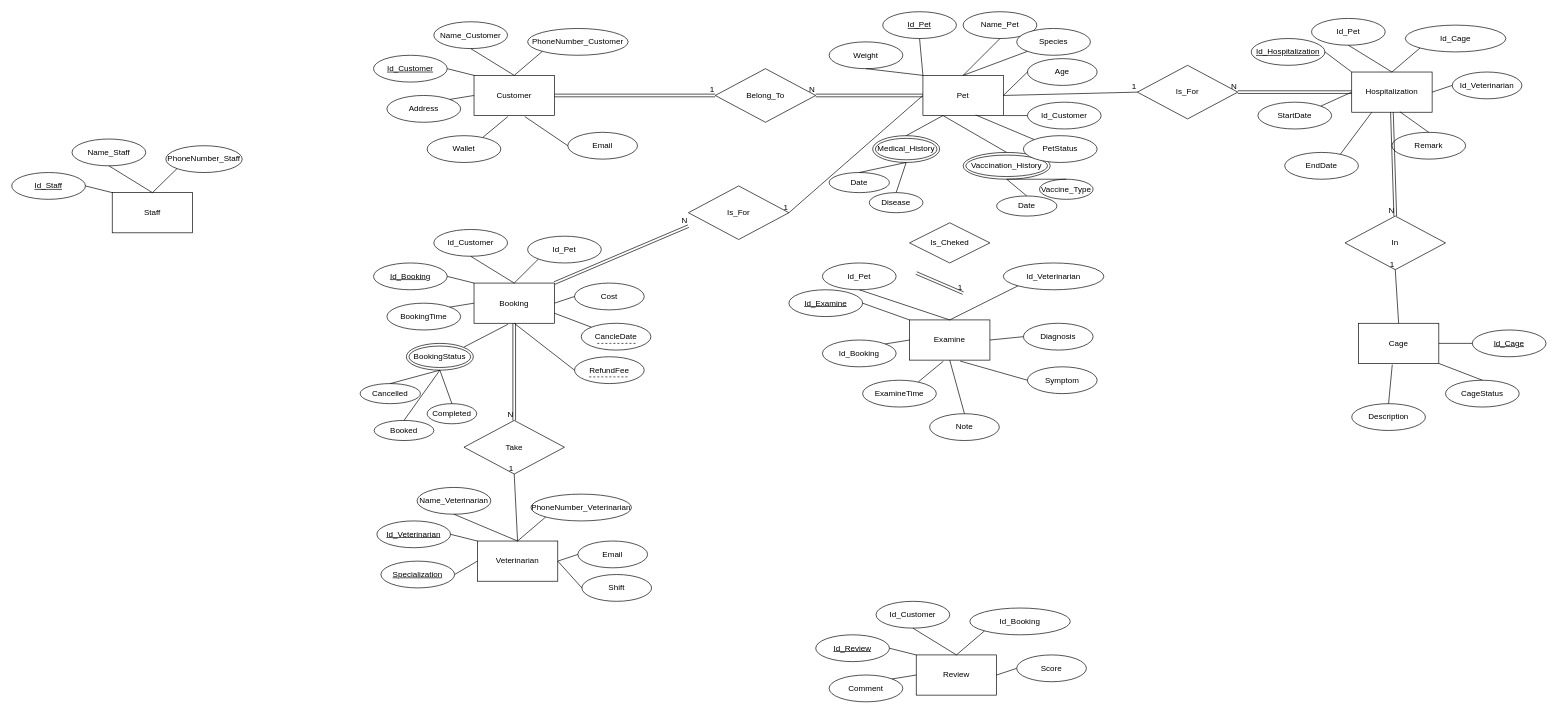
Before: ERDOfProject.drawio in haq1904/PetHealthCareSystemProject, a draw.io diagram. Source tidied: cells renumbered, new cells numbered last; positions are measured from the earlier drawing's top-left corner, leaving out a move shared by most shapes. Both pictures are drawn from the tidied source at 67%, with x=0, y=0 at pixel (11, 11).
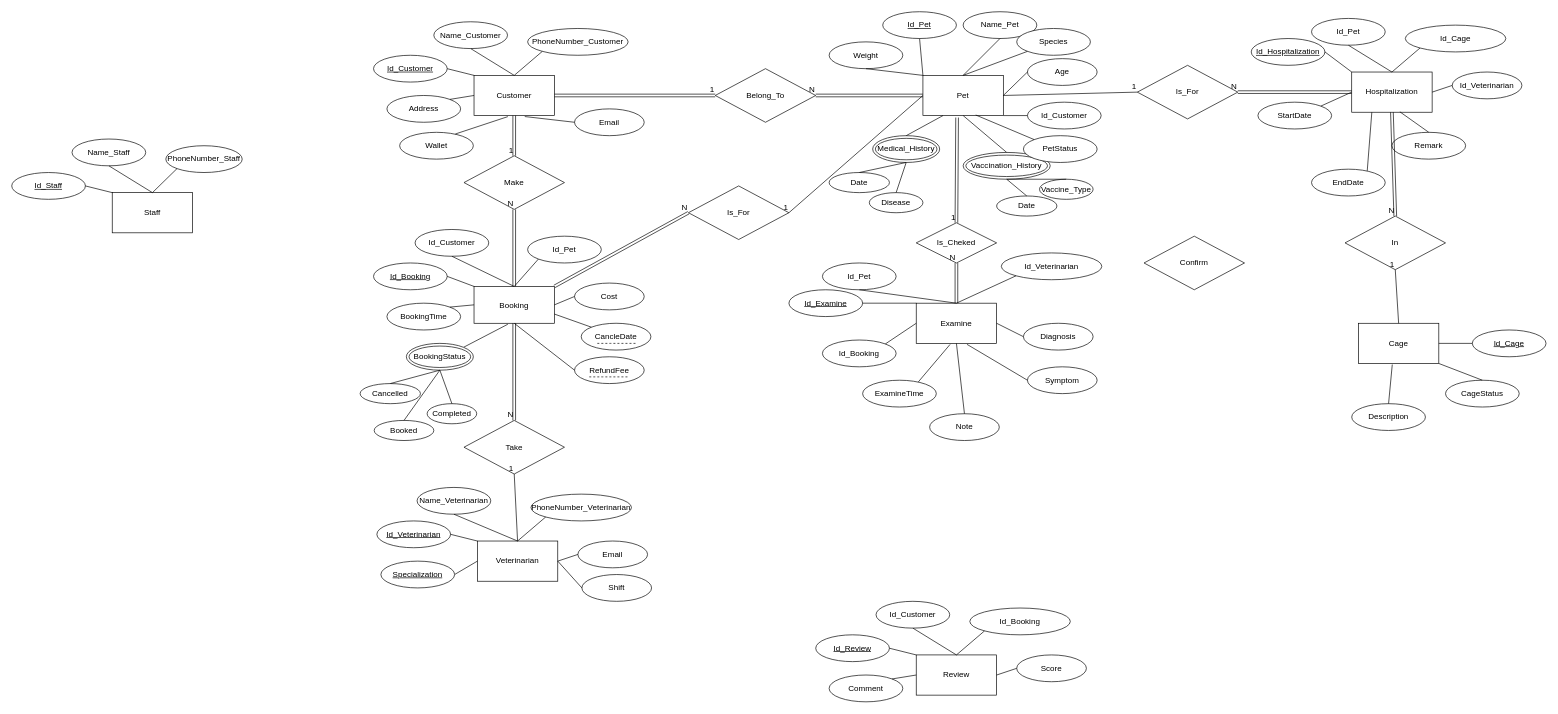
The same page after the edit.

Commit message:
Cập nhật ERDOfProject.drawio

Unchanged cells that the change refers to:
```xml
<mxCell id="2" value="Customer" style="rounded=0;whiteSpace=wrap;html=1;" parent="1" vertex="1">
  <mxGeometry x="690" y="95" width="120" height="60" as="geometry" />
</mxCell>
<mxCell id="15" value="Pet" style="rounded=0;whiteSpace=wrap;html=1;" parent="1" vertex="1">
  <mxGeometry x="1360" y="95" width="120" height="60" as="geometry" />
</mxCell>
<mxCell id="29" value="Vaccination_History" style="ellipse;shape=doubleEllipse;whiteSpace=wrap;html=1;" parent="1" vertex="1">
  <mxGeometry x="1420" y="210" width="130" height="40" as="geometry" />
</mxCell>
<mxCell id="119" value="Is_For" style="rhombus;whiteSpace=wrap;html=1;" parent="1" vertex="1">
  <mxGeometry x="1010" y="260" width="150" height="80" as="geometry" />
</mxCell>
```

Diff of the diagram source:
```diff
@@
     <mxCell id="7" value="Email" style="ellipse;whiteSpace=wrap;html=1;" parent="1" vertex="1">
-      <mxGeometry x="830" y="180" width="104" height="40" as="geometry" />
+      <mxGeometry x="840" y="145" width="104" height="40" as="geometry" />
     </mxCell>
     <mxCell id="8" value="Wallet" style="ellipse;whiteSpace=wrap;html=1;" parent="1" vertex="1">
-      <mxGeometry x="620" y="185" width="110" height="40" as="geometry" />
+      <mxGeometry x="579" y="180" width="110" height="40" as="geometry" />
     </mxCell>
@@
-    <mxCell id="31" style="endArrow=none;html=1;rounded=0;exitX=0.25;exitY=1;exitDx=0;exitDy=0;entryX=0.5;entryY=0;entryDx=0;entryDy=0;" parent="1" edge="1" source="15" target="29">
+    <mxCell id="31" style="endArrow=none;html=1;rounded=0;exitX=0.5;exitY=1;exitDx=0;exitDy=0;entryX=0.5;entryY=0;entryDx=0;entryDy=0;" parent="1" edge="1" source="15" target="29">
       <mxGeometry relative="1" as="geometry" />
     </mxCell>
@@
     <mxCell id="58" value="Booking" style="rounded=0;whiteSpace=wrap;html=1;" parent="1" vertex="1">
-      <mxGeometry x="690" y="405" width="120" height="60" as="geometry" />
+      <mxGeometry x="690" y="410" width="120" height="55" as="geometry" />
     </mxCell>
@@
     <mxCell id="61" value="Id_Customer" style="ellipse;whiteSpace=wrap;html=1;" parent="1" vertex="1">
-      <mxGeometry x="630" y="325" width="110" height="40" as="geometry" />
+      <mxGeometry x="602" y="325" width="110" height="40" as="geometry" />
     </mxCell>
@@
     <mxCell id="98" value="EndDate" style="ellipse;whiteSpace=wrap;html=1;" parent="1" vertex="1">
-      <mxGeometry x="1900" y="210" width="110" height="40" as="geometry" />
+      <mxGeometry x="1940" y="235" width="110" height="40" as="geometry" />
     </mxCell>
@@
-    <mxCell id="125" style="shape=link;html=1;rounded=0;exitX=1;exitY=0;exitDx=0;exitDy=0;entryX=0;entryY=0.5;entryDx=0;entryDy=0;" parent="1" edge="1" source="58">
-      <mxGeometry relative="1" as="geometry">
-        <mxPoint x="1010" y="320" as="targetPoint" />
-      </mxGeometry>
+    <mxCell id="125" style="shape=link;html=1;rounded=0;exitX=1;exitY=0;exitDx=0;exitDy=0;entryX=0;entryY=0.5;entryDx=0;entryDy=0;" parent="1" edge="1" source="58" target="119">
+      <mxGeometry relative="1" as="geometry" />
     </mxCell>
@@
     <mxCell id="145" value="Examine" style="rounded=0;whiteSpace=wrap;html=1;" parent="1" vertex="1">
-      <mxGeometry x="1340" y="460" width="120" height="60" as="geometry" />
+      <mxGeometry x="1350" y="435" width="120" height="60" as="geometry" />
     </mxCell>
@@
     <mxCell id="149" value="Id_Veterinarian" style="ellipse;whiteSpace=wrap;html=1;" parent="1" vertex="1">
-      <mxGeometry x="1480" y="375" width="150" height="40" as="geometry" />
+      <mxGeometry x="1477" y="360" width="150" height="40" as="geometry" />
     </mxCell>
@@
     <mxCell id="162" value="Is_Cheked" style="shape=rhombus;perimeter=rhombusPerimeter;whiteSpace=wrap;html=1;align=center;" parent="1" vertex="1">
-      <mxGeometry x="1340" y="315" width="120" height="60" as="geometry" />
+      <mxGeometry x="1350" y="315" width="120" height="60" as="geometry" />
     </mxCell>
-    <mxCell id="163" style="shape=link;html=1;rounded=0;" parent="1" edge="1">
-      <mxGeometry relative="1" as="geometry">
-        <mxPoint x="1350" y="390" as="sourcePoint" />
-        <mxPoint x="1420" y="420" as="targetPoint" />
-      </mxGeometry>
+    <mxCell id="163" style="shape=link;html=1;rounded=0;exitX=0.425;exitY=1.049;exitDx=0;exitDy=0;exitPerimeter=0;entryX=0.5;entryY=0;entryDx=0;entryDy=0;" parent="1" edge="1" source="15" target="162">
+      <mxGeometry relative="1" as="geometry" />
     </mxCell>
@@
+    <mxCell id="165" value="Make" style="rhombus;whiteSpace=wrap;html=1;" parent="1" vertex="1">
+      <mxGeometry x="675" y="215" width="150" height="80" as="geometry" />
+    </mxCell>
+    <mxCell id="166" style="shape=link;html=1;rounded=0;exitX=0.5;exitY=1;exitDx=0;exitDy=0;entryX=0.5;entryY=0;entryDx=0;entryDy=0;" parent="1" edge="1" source="2" target="165">
+      <mxGeometry relative="1" as="geometry" />
+    </mxCell>
+    <mxCell id="167" value="1" style="html=1;whiteSpace=wrap;align=right;verticalAlign=bottom;" parent="166" vertex="1">
+      <mxGeometry x="1" relative="1" as="geometry" />
+    </mxCell>
+    <mxCell id="168" style="shape=link;html=1;rounded=0;entryX=0.5;entryY=1;entryDx=0;entryDy=0;exitX=0.5;exitY=0;exitDx=0;exitDy=0;" parent="1" edge="1" source="58" target="165">
+      <mxGeometry relative="1" as="geometry" />
+    </mxCell>
+    <mxCell id="169" value="N" style="html=1;whiteSpace=wrap;align=right;verticalAlign=bottom;" parent="168" vertex="1">
+      <mxGeometry x="1" relative="1" as="geometry" />
+    </mxCell>
+    <mxCell id="170" style="shape=link;html=1;rounded=0;exitX=0.5;exitY=0;exitDx=0;exitDy=0;entryX=0.5;entryY=1;entryDx=0;entryDy=0;" parent="1" edge="1" source="145" target="162">
+      <mxGeometry relative="1" as="geometry" />
+    </mxCell>
+    <mxCell id="171" value="N" style="html=1;whiteSpace=wrap;align=right;verticalAlign=bottom;" parent="170" vertex="1">
+      <mxGeometry x="1" relative="1" as="geometry" />
+    </mxCell>
+    <mxCell id="172" value="Confirm" style="rhombus;whiteSpace=wrap;html=1;" parent="1" vertex="1">
+      <mxGeometry x="1690" y="335" width="150" height="80" as="geometry" />
+    </mxCell>
```
